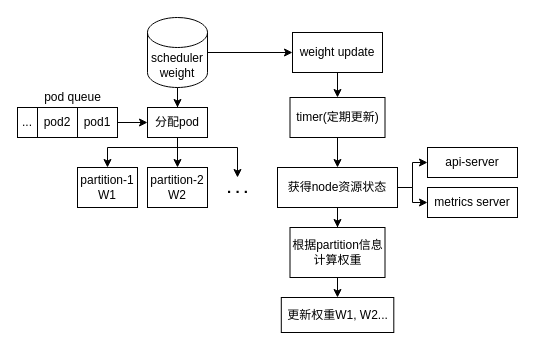
AgentGuo/flow_chart keeps this draw.io diagram as page "Page-3" (3 of 4) of 毕业设计/各个功能模块的实现.drawio. Above is the earlier version. Source tidied: cells renumbered, new cells numbered last; positions are measured from the earlier drawing's top-left corner, leaving out a move shared by most shapes. Both pictures are drawn from the tidied source at 100%, with x=0, y=0 at pixel (17, 17).
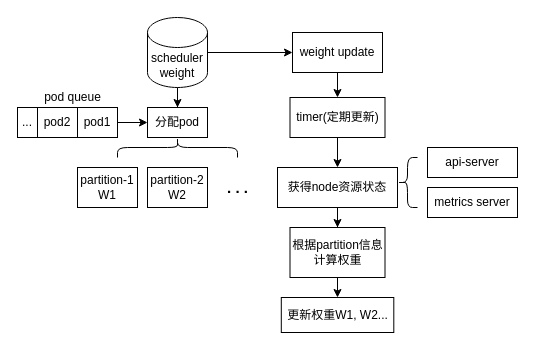
Above is the later version.

Unchanged cells that the change refers to:
```xml
<mxCell id="12" value="获得node资源状态" style="rounded=0;whiteSpace=wrap;html=1;fontSize=12;" parent="1" vertex="1">
  <mxGeometry x="260" y="150" width="120" height="40" as="geometry" />
</mxCell>
<mxCell id="13" value="metrics server" style="rounded=0;whiteSpace=wrap;html=1;fontSize=12;" parent="1" vertex="1">
  <mxGeometry x="410" y="170" width="90" height="30" as="geometry" />
</mxCell>
<mxCell id="14" value="api-server" style="rounded=0;whiteSpace=wrap;html=1;fontSize=12;" parent="1" vertex="1">
  <mxGeometry x="410" y="130" width="90" height="30" as="geometry" />
</mxCell>
<mxCell id="25" value="分配pod" style="rounded=0;whiteSpace=wrap;html=1;fontSize=12;" parent="1" vertex="1">
  <mxGeometry x="130" y="90" width="60" height="30" as="geometry" />
</mxCell>
<mxCell id="27" value="partition-1&lt;br&gt;W1" style="whiteSpace=wrap;html=1;fontSize=12;" parent="1" vertex="1">
  <mxGeometry x="60" y="150" width="60" height="40" as="geometry" />
</mxCell>
<mxCell id="28" value="partition-2&lt;br&gt;W2" style="whiteSpace=wrap;html=1;fontSize=12;" parent="1" vertex="1">
  <mxGeometry x="130" y="150" width="60" height="40" as="geometry" />
</mxCell>
<mxCell id="29" value="&lt;font style=&quot;font-size: 15px&quot;&gt;&lt;b&gt;. . .&lt;/b&gt;&lt;/font&gt;" style="text;html=1;align=center;verticalAlign=middle;points=[];strokeColor=none;fillColor=none;" parent="1" vertex="1">
  <mxGeometry x="200" y="160" width="40" height="20" as="geometry" />
</mxCell>
```

Diff of the diagram source:
```diff
@@
-    <mxCell id="9" style="edgeStyle=orthogonalEdgeStyle;rounded=0;jettySize=auto;html=1;fontSize=12;" parent="1" edge="1" source="12" target="14">
-      <mxGeometry relative="1" as="geometry">
-        <Array as="points">
-          <mxPoint x="395" y="170" />
-          <mxPoint x="395" y="145" />
-        </Array>
-      </mxGeometry>
-    </mxCell>
-    <mxCell id="10" style="edgeStyle=orthogonalEdgeStyle;rounded=0;jettySize=auto;html=1;fontSize=12;" parent="1" edge="1" source="12" target="13">
-      <mxGeometry relative="1" as="geometry">
-        <Array as="points">
-          <mxPoint x="395" y="170" />
-          <mxPoint x="395" y="185" />
-        </Array>
-      </mxGeometry>
-    </mxCell>
@@
-    <mxCell id="22" style="edgeStyle=orthogonalEdgeStyle;rounded=0;jettySize=auto;html=1;fontSize=12;" parent="1" edge="1" source="25" target="27">
-      <mxGeometry relative="1" as="geometry">
-        <Array as="points">
-          <mxPoint x="160" y="130" />
-          <mxPoint x="90" y="130" />
-        </Array>
-      </mxGeometry>
-    </mxCell>
-    <mxCell id="23" style="edgeStyle=orthogonalEdgeStyle;rounded=0;jettySize=auto;html=1;entryX=0.5;entryY=0;entryDx=0;entryDy=0;fontSize=12;" parent="1" edge="1" source="25" target="28">
-      <mxGeometry relative="1" as="geometry" />
-    </mxCell>
-    <mxCell id="24" style="edgeStyle=orthogonalEdgeStyle;rounded=0;jettySize=auto;html=1;fontSize=12;" parent="1" edge="1" source="25" target="29">
-      <mxGeometry relative="1" as="geometry">
-        <Array as="points">
-          <mxPoint x="160" y="130" />
-          <mxPoint x="220" y="130" />
-        </Array>
-      </mxGeometry>
-    </mxCell>
@@
+    <mxCell id="30" style="shape=curlyBracket;whiteSpace=wrap;html=1;rounded=1;" parent="1" vertex="1">
+      <mxGeometry x="380" y="140" width="20" height="50" as="geometry" />
+    </mxCell>
+    <mxCell id="31" style="shape=curlyBracket;whiteSpace=wrap;html=1;rounded=1;rotation=90;" parent="1" vertex="1">
+      <mxGeometry x="150" y="70" width="20" height="120" as="geometry" />
+    </mxCell>
```
